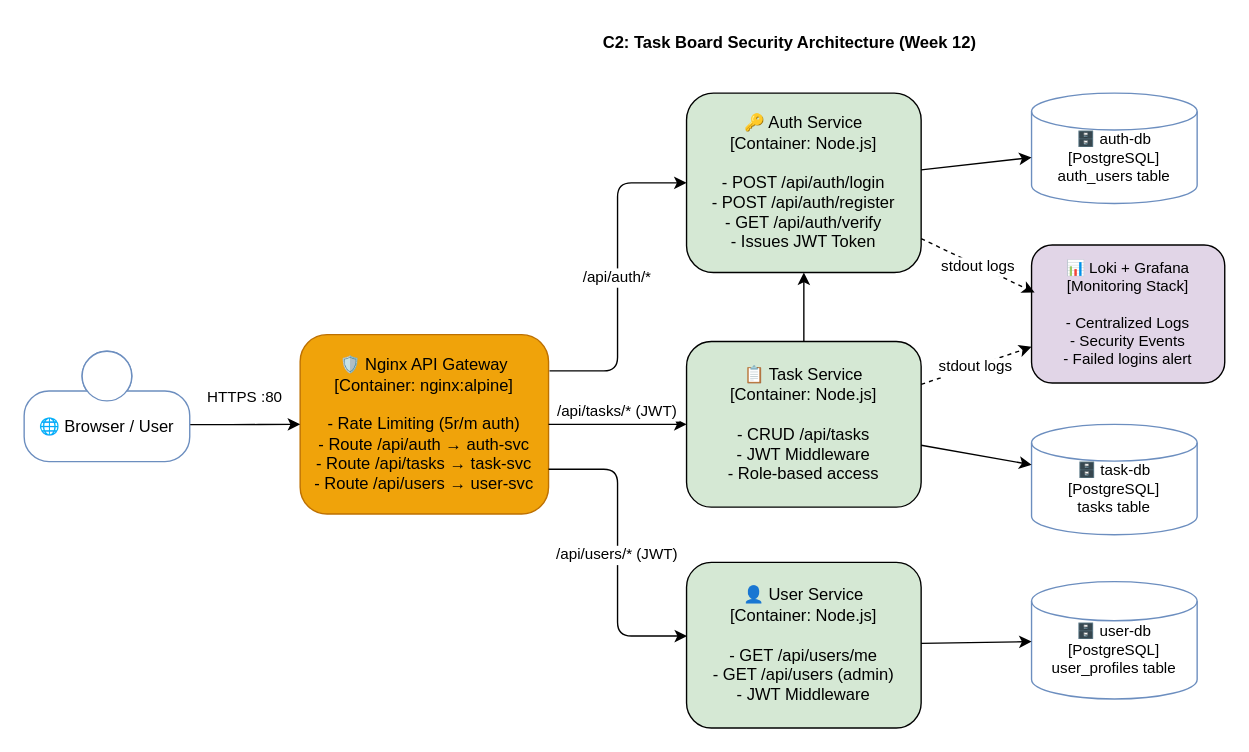
se-rmutl/engse207 keeps this draw.io diagram as week12/week12_lab_diagrams.drawio. Above is the earlier version. Source tidied: cells renumbered, new cells numbered last; positions are measured from the earlier drawing's top-left corner, leaving out a move shared by most shapes. Both pictures are drawn from the tidied source at 138%, with x=0, y=0 at pixel (23, 23).
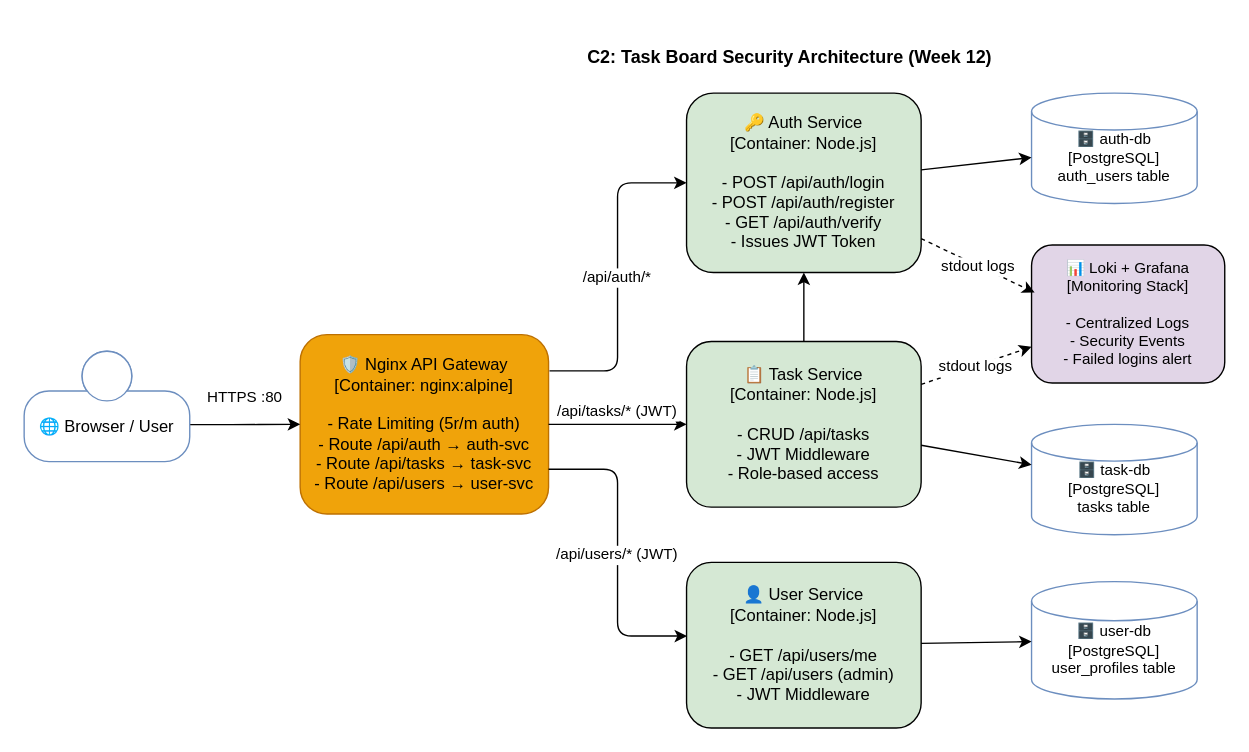
After the change.

Diff of the diagram source:
```diff
@@
-    <mxCell id="2" value="C2: Task Board Security Architecture (Week 12)" style="text;html=1;strokeColor=none;fillColor=none;align=center;              verticalAlign=middle;whiteSpace=wrap;rounded=0;              fontSize=18;fontStyle=1;" parent="1" vertex="1">
-      <mxGeometry x="380" width="350" height="40" as="geometry" />
+    <mxCell id="2" value="C2: Task Board Security Architecture (Week 12)" style="text;html=1;strokeColor=none;fillColor=none;align=center;              verticalAlign=middle;whiteSpace=wrap;rounded=0;              fontSize=18;fontStyle=1;fontSize=13;" parent="1" vertex="1">
+      <mxGeometry x="380" y="10" width="350" height="40" as="geometry" />
     </mxCell>
```
